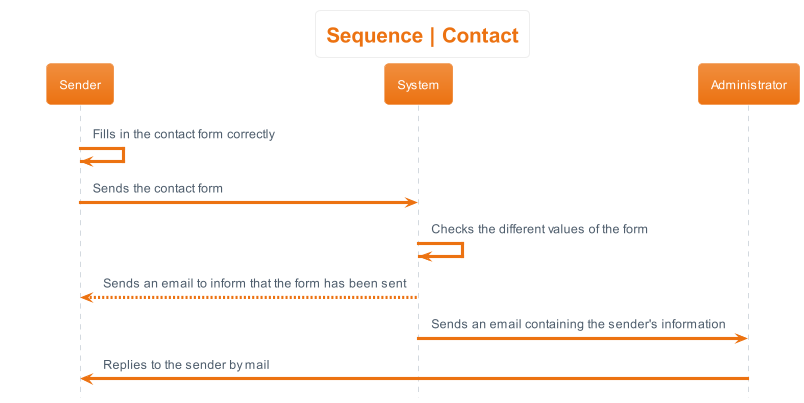
sebastien-d-me/SebBlog keeps this PlantUML diagram as 1_project_design/uml_diagrams/sequence/contact/contact/sequence__contact.png. Above is the earlier version. Its diagram source:
```plantuml
@startuml sequence__contact
hide footbox
skinparam actorStyle awesome
!theme aws-orange
skinparam backgroundcolor White

title Sequence | Contact

Sender -> Sender : Fills in the contact form correctly
Sender -> System : Sends the contact form
System -> System : Checks the different values of the form
System --> Sender : Sends an email to inform that the form has been sent
System -> Administrator : Sends an email containing the sender's information
Administrator -> Sender: Replies to the sender by mail
@enduml
```
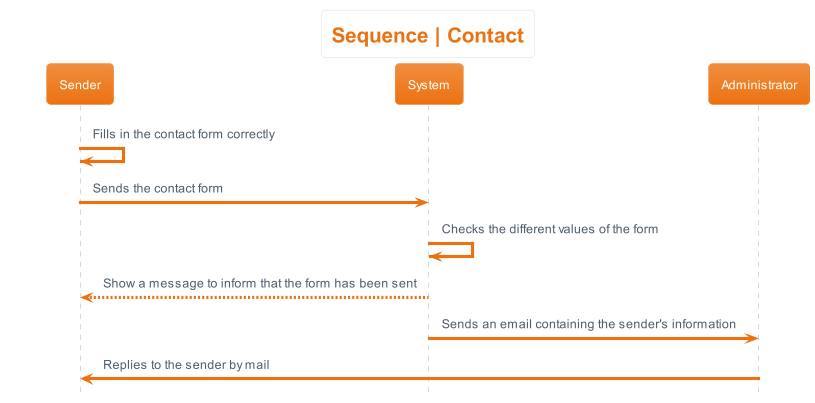
Above is the later version.

Diff of the diagram source:
```diff
@@ -9,7 +9,7 @@
 Sender -> Sender : Fills in the contact form correctly
 Sender -> System : Sends the contact form
 System -> System : Checks the different values of the form
-System --> Sender : Sends an email to inform that the form has been sent
+System --> Sender : Show a message to inform that the form has been sent
 System -> Administrator : Sends an email containing the sender's information
 Administrator -> Sender: Replies to the sender by mail
 @enduml
```
